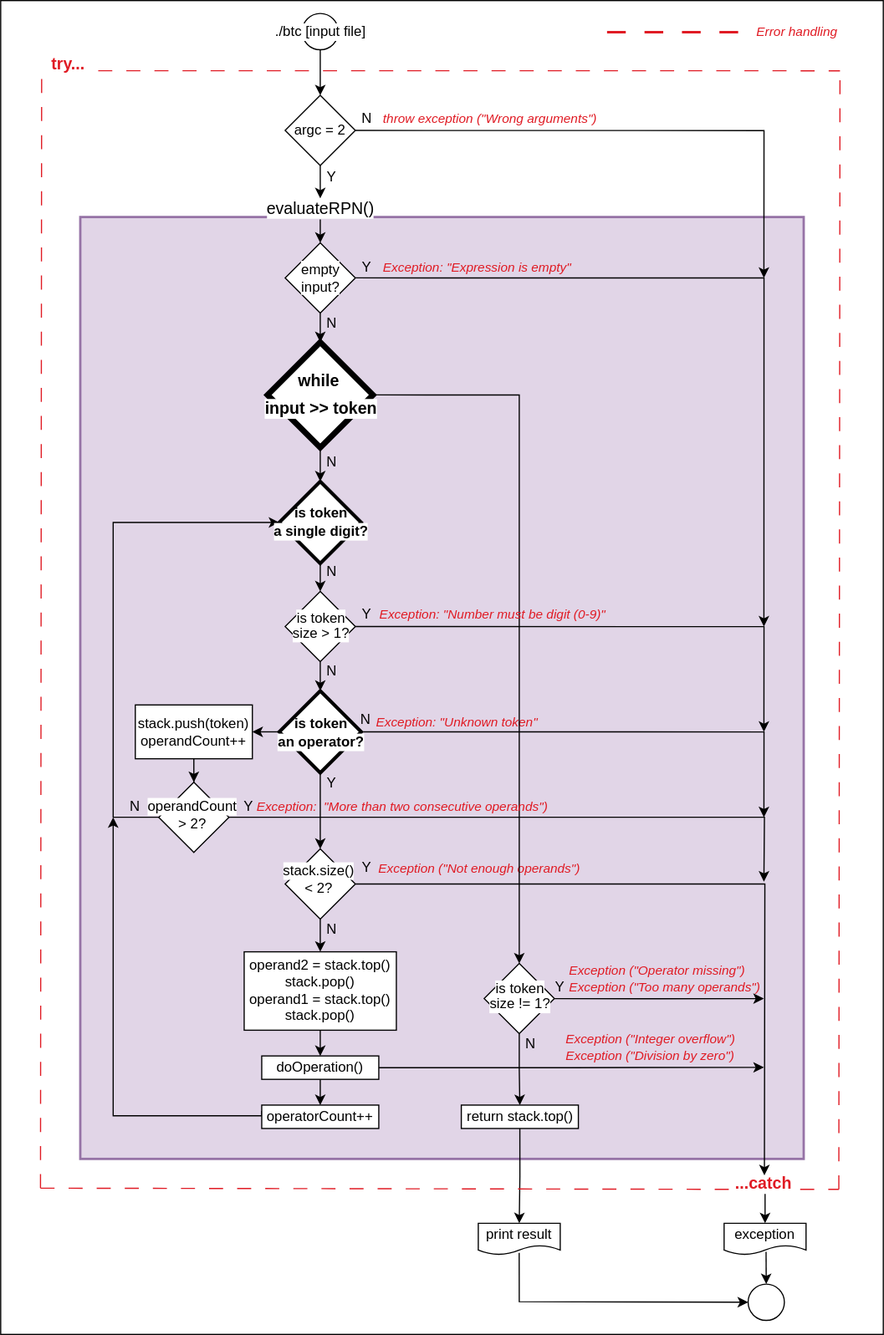
Earlier version of the draw.io export cpp_09/ex01/assets/RPN.svg (ccg-v/cpp_modules). Source tidied: cells renumbered, new cells last; positions are measured from the earlier drawing's top-left corner, leaving out a move shared by most shapes.
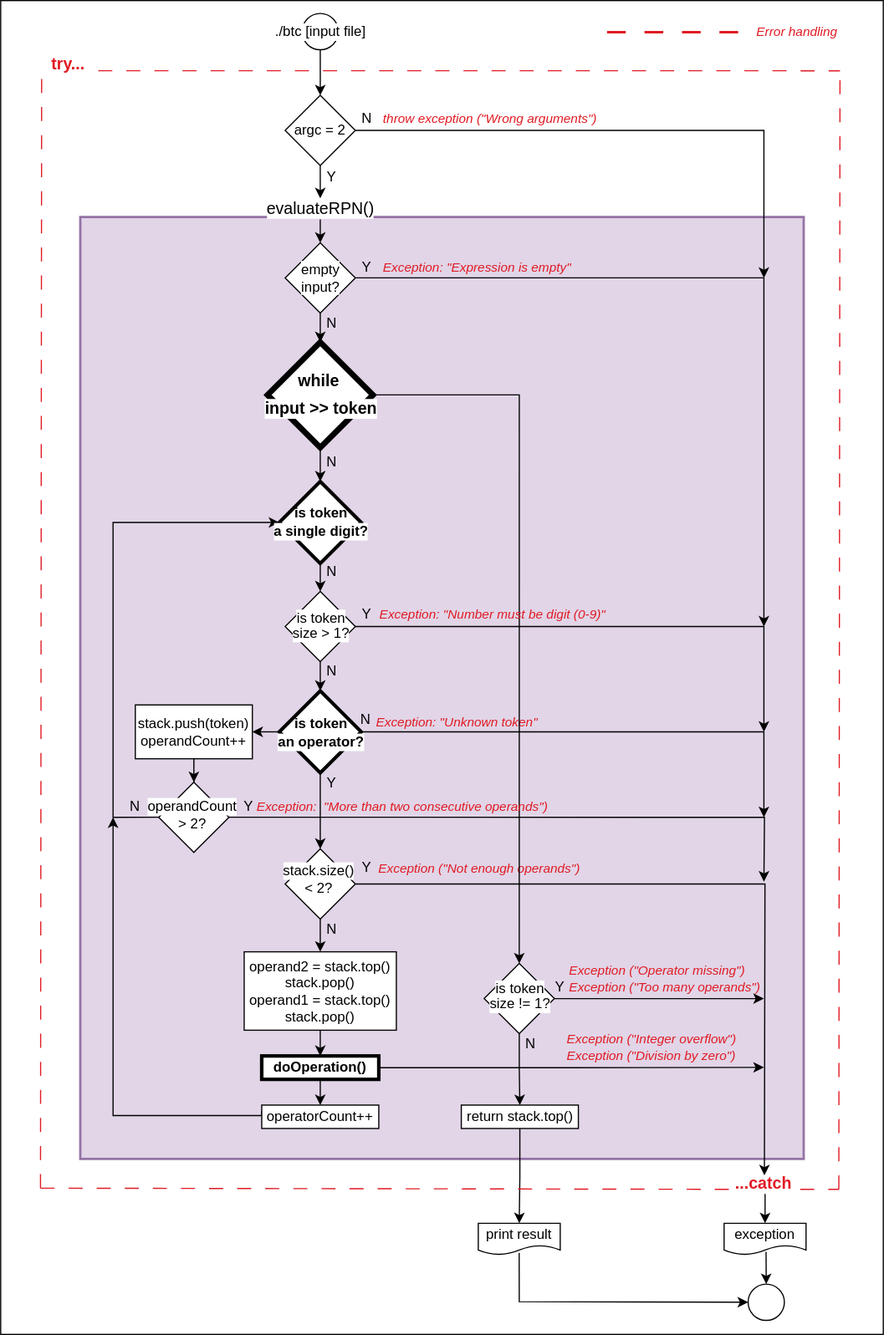
The same file after the commit.

What changed in the source:
```diff
@@ -330,7 +330,7 @@
         <mxPoint x="652" y="911.8" as="targetPoint" />
       </mxGeometry>
     </mxCell>
-    <mxCell id="94" value="doOperation()" style="rounded=0;whiteSpace=wrap;html=1;align=center;verticalAlign=middle;spacingLeft=0;spacing=2;fontFamily=Helvetica;fontSize=12;fontStyle=0;labelBackgroundColor=default;fillStyle=solid;" parent="74" vertex="1">
+    <mxCell id="94" value="doOperation()" style="rounded=0;whiteSpace=wrap;html=1;align=center;verticalAlign=middle;spacingLeft=0;spacing=2;fontFamily=Helvetica;fontSize=12;fontStyle=1;labelBackgroundColor=default;fillStyle=solid;strokeWidth=3;" parent="74" vertex="1">
       <mxGeometry x="223" y="902" width="100" height="20" as="geometry" />
     </mxCell>
     <mxCell id="95" style="edgeStyle=orthogonalEdgeStyle;rounded=0;jettySize=auto;html=1;exitX=0;exitY=0.25;exitDx=0;exitDy=0;" parent="74" edge="1" source="96">
```
